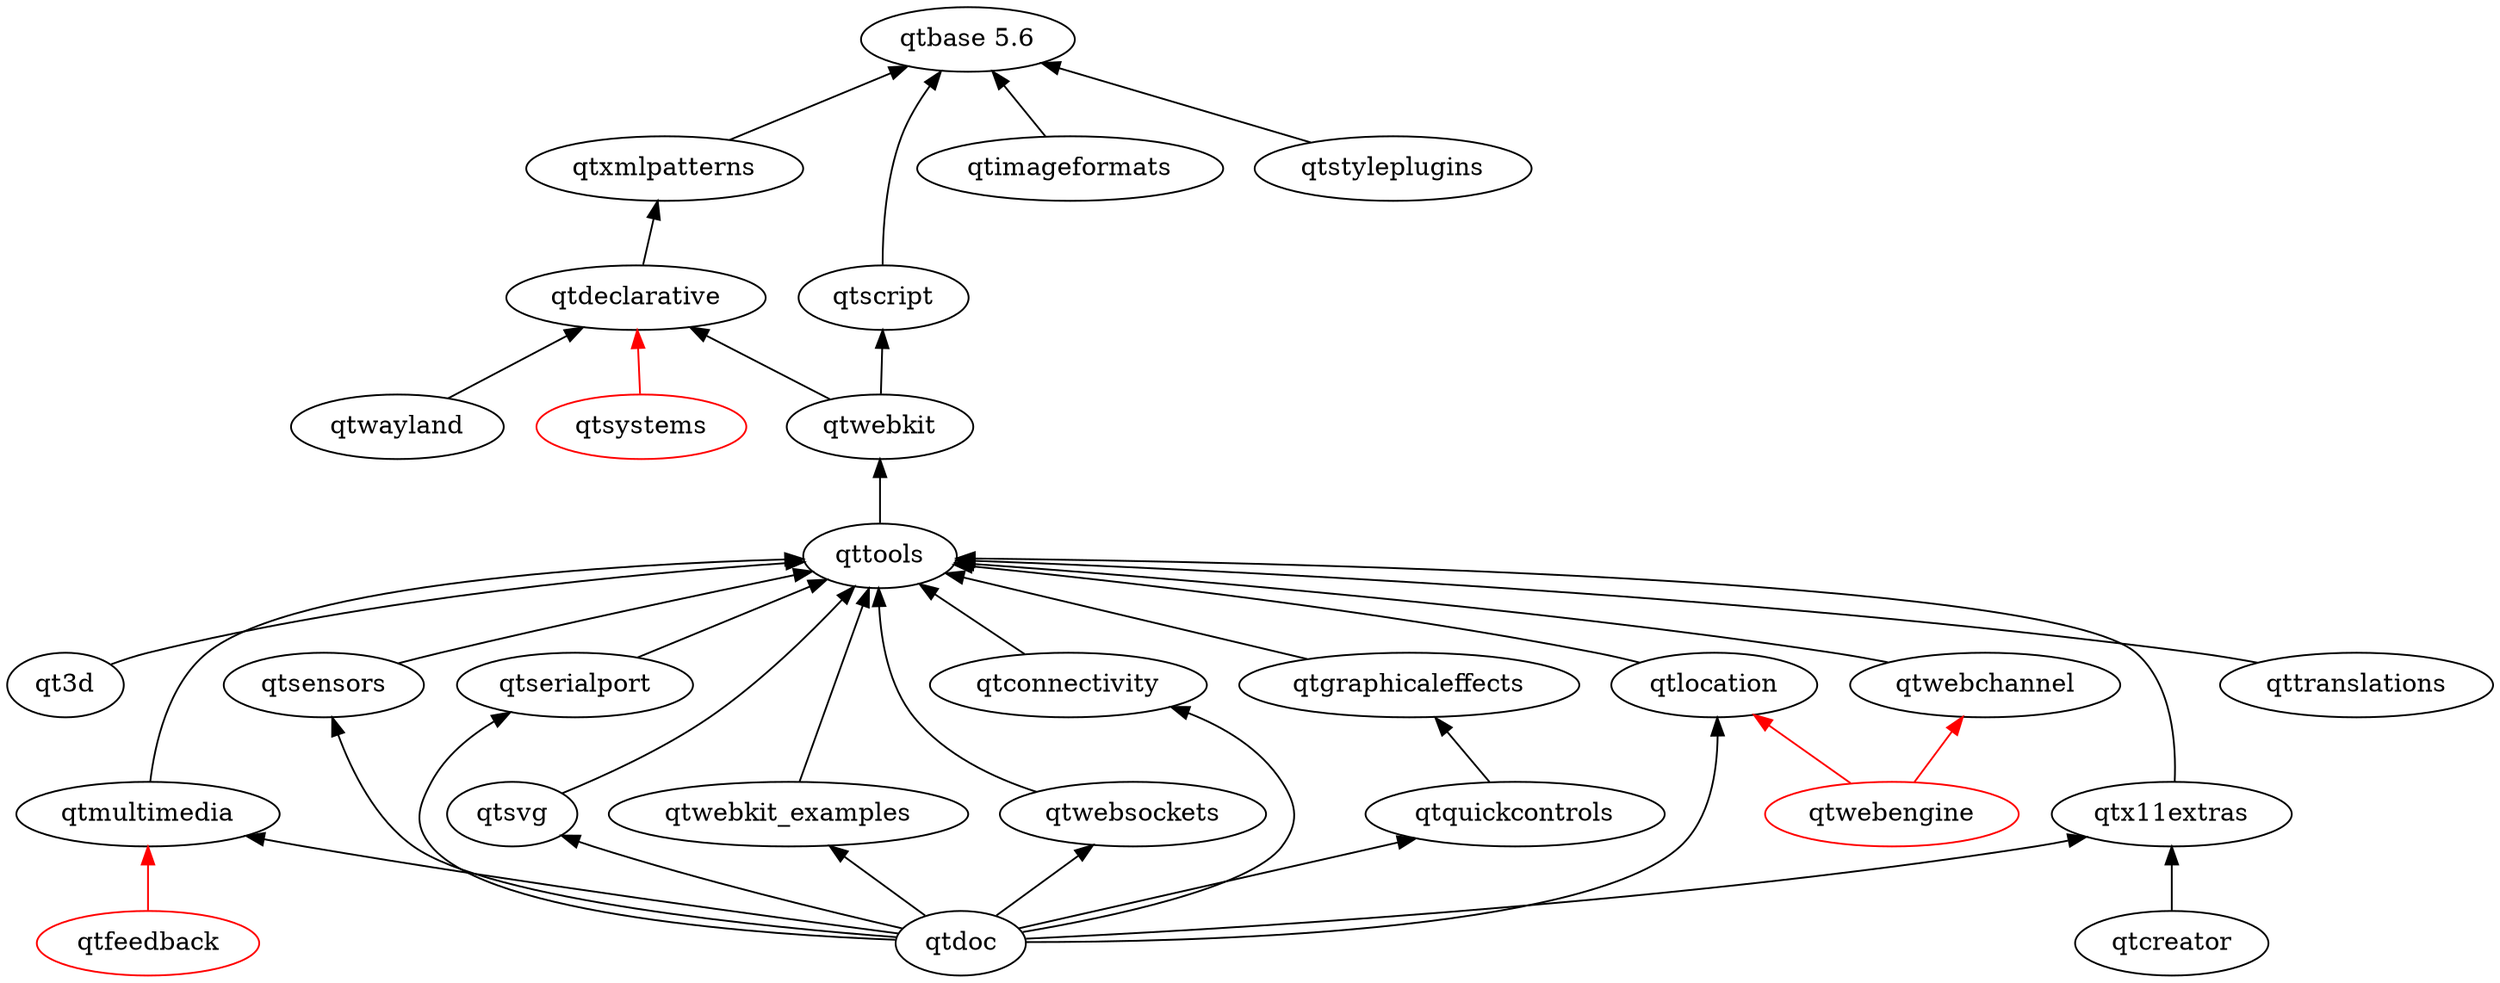
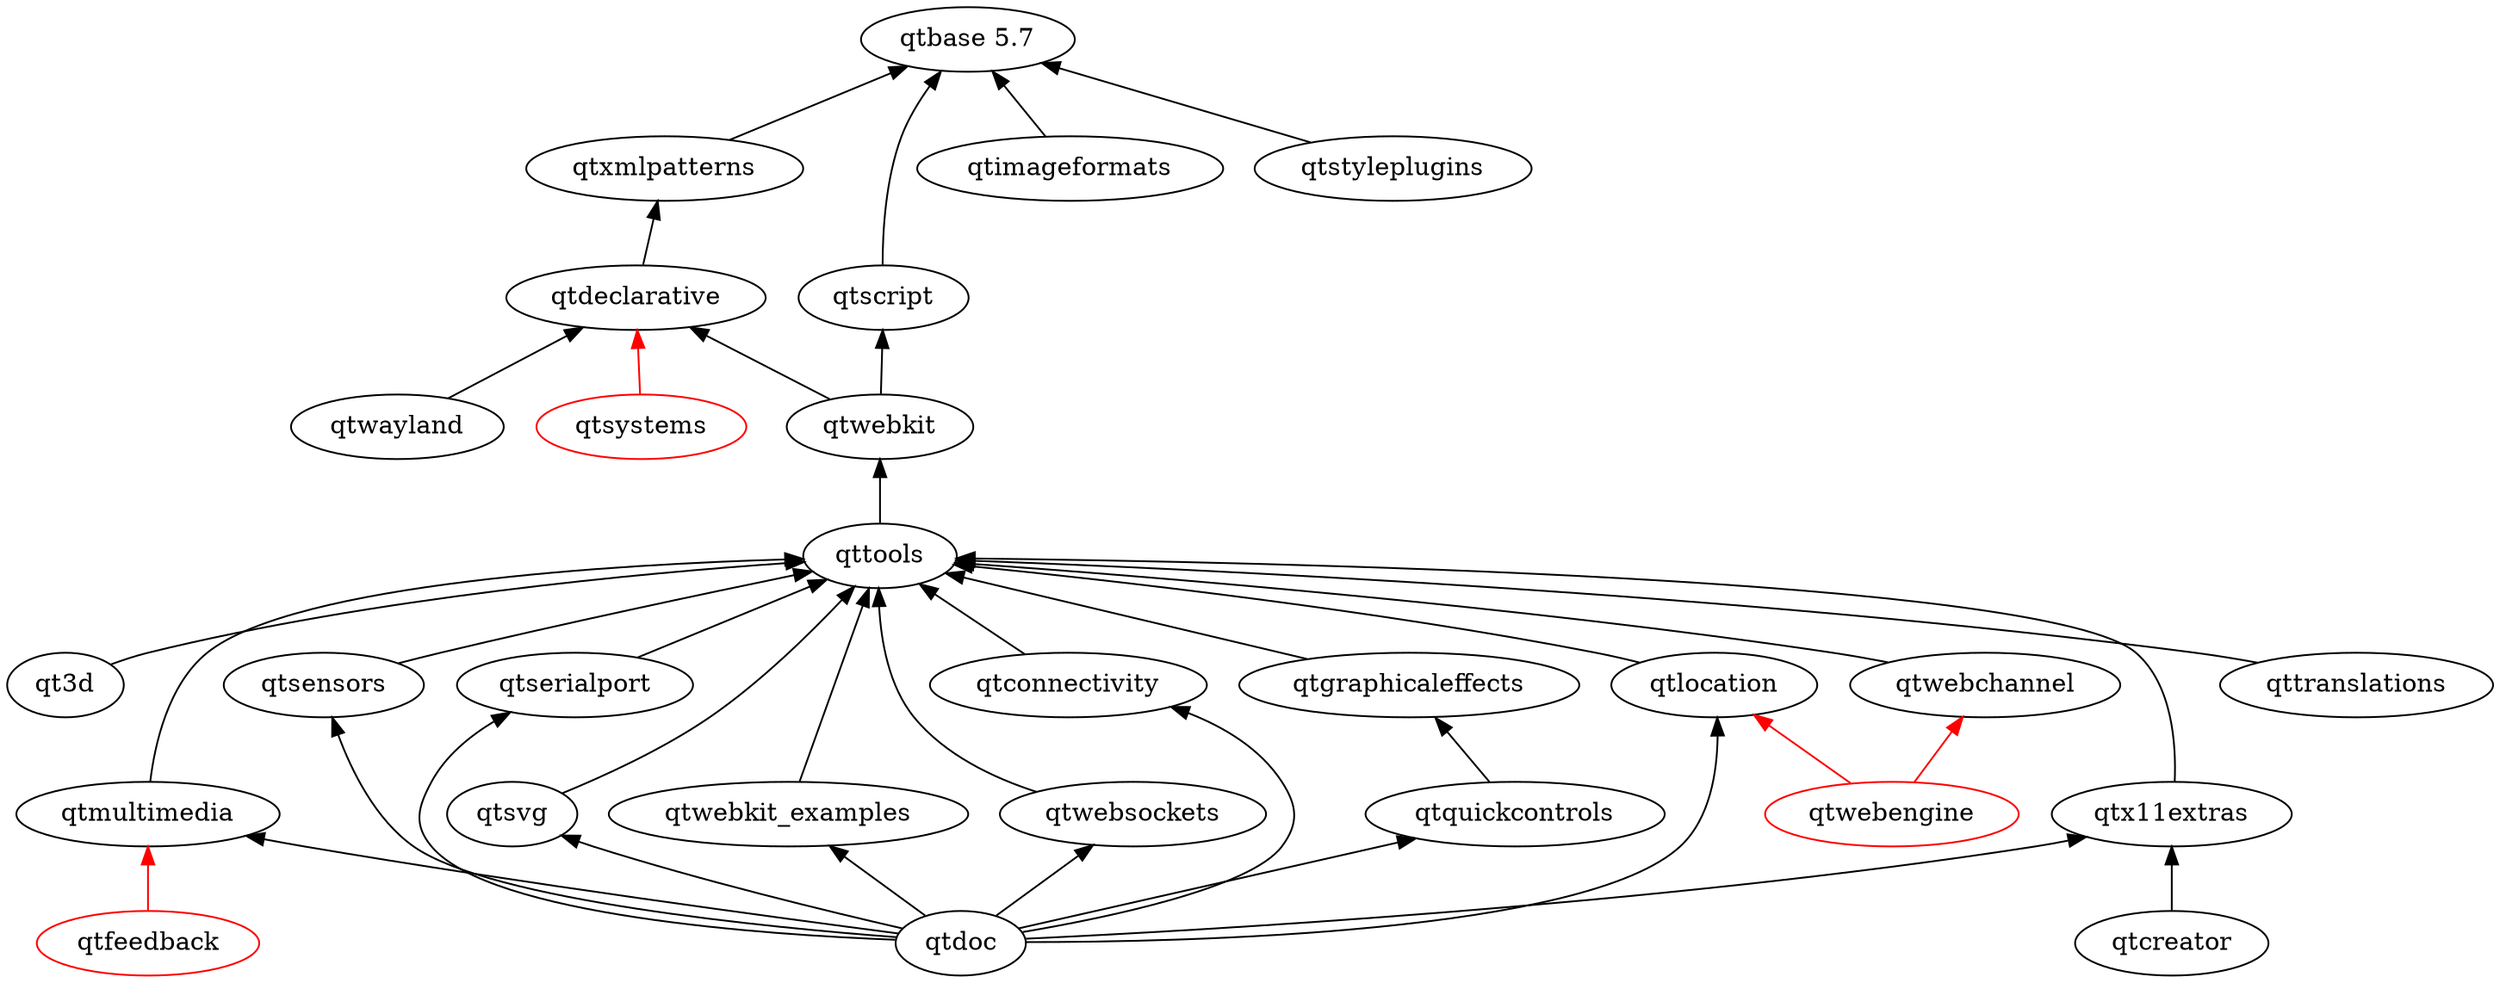
digraph qt5 {
  graph [
    rankdir = "BT"
  ]

  qt3d
-   "qtbase 5.6"
+   "qtbase 5.7"
  qtconnectivity
  qtcreator
  qtdeclarative
  qtdoc
  qtfeedback [ color = red ]
  qtgraphicaleffects
  qtimageformats
  qtlocation
  qtmultimedia
  qtquickcontrols
  qtscript
  qtsensors
  qtserialport
  qtstyleplugins
  qtsvg
  qtsystems [ color = red ]
  qttools
  qttranslations
  qtwayland
  qtwebkit
  qtwebkit_examples
  qtwebsockets
  qtx11extras
  qtxmlpatterns
  qtwebchannel
  qtwebengine [ color = red ]

  qt3d -> qttools
  qtconnectivity -> qttools
  qtcreator -> qtx11extras
  qtdeclarative -> qtxmlpatterns
  qtdoc -> qtmultimedia
  qtdoc -> qtlocation
  qtdoc -> qtquickcontrols
  qtdoc -> qtsensors
  qtdoc -> qtserialport
  qtdoc -> qtsvg
  qtdoc -> qtx11extras
  qtdoc -> qtwebkit_examples
  qtdoc -> qtwebsockets
  qtdoc -> qtconnectivity
  qtgraphicaleffects -> qttools
-   qtimageformats -> "qtbase 5.6"
+   qtimageformats -> "qtbase 5.7"
  qtmultimedia -> qttools
  qtquickcontrols -> qtgraphicaleffects
  qtsensors -> qttools
  qtserialport -> qttools
-   qtscript -> "qtbase 5.6"
-   qtstyleplugins -> "qtbase 5.6"
+   qtscript -> "qtbase 5.7"
+   qtstyleplugins -> "qtbase 5.7"
  qtsvg -> qttools
  qttools -> qtwebkit
  qttranslations -> qttools
  qtwayland -> qtdeclarative
  qtwebkit -> qtscript
  qtwebkit -> qtdeclarative
  qtwebkit_examples -> qttools
  qtwebsockets -> qttools
  qtx11extras -> qttools
-   qtxmlpatterns -> "qtbase 5.6"
+   qtxmlpatterns -> "qtbase 5.7"
  qtlocation -> qttools
  qtwebchannel -> qttools

  // unsure/not-uploaded
  qtfeedback -> qtmultimedia [ color = red ]
  qtsystems -> qtdeclarative [ color = red ]
  qtwebengine -> qtwebchannel [ color = red ]
  qtwebengine -> qtlocation [color = red]
}
